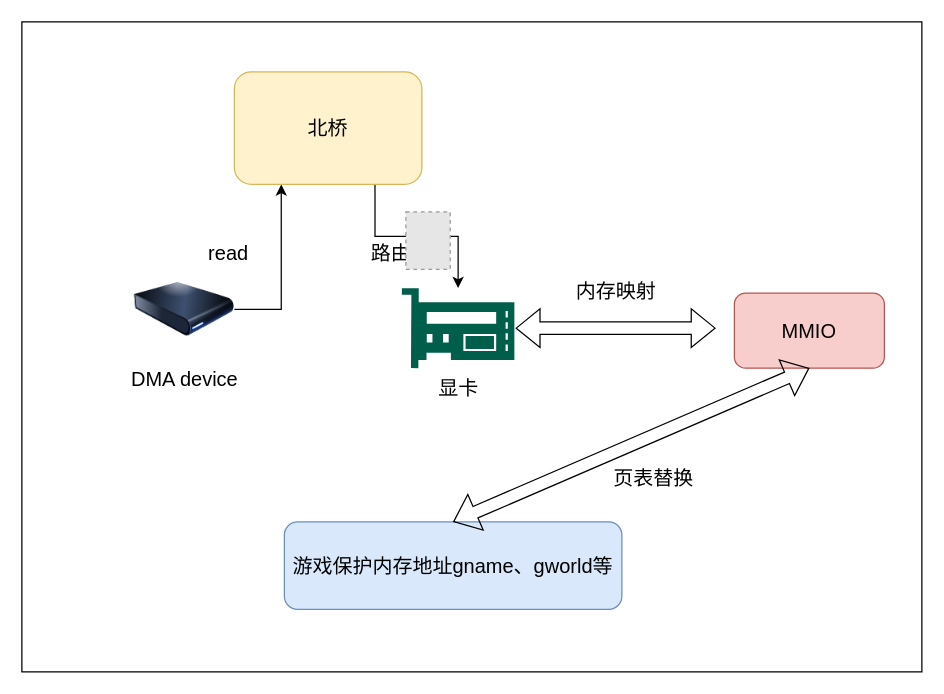
Before: testDirectory/DMA保护原理.drawio in Moose1273/-, a draw.io diagram. Source tidied: cells renumbered, new cells numbered last; positions are measured from the earlier drawing's top-left corner, leaving out a move shared by most shapes. Both pictures are drawn from the tidied source at 125%, with x=0, y=0 at pixel (21, 21). Pictures stored in the file or linked from it are replaced by grey dashed boxes.
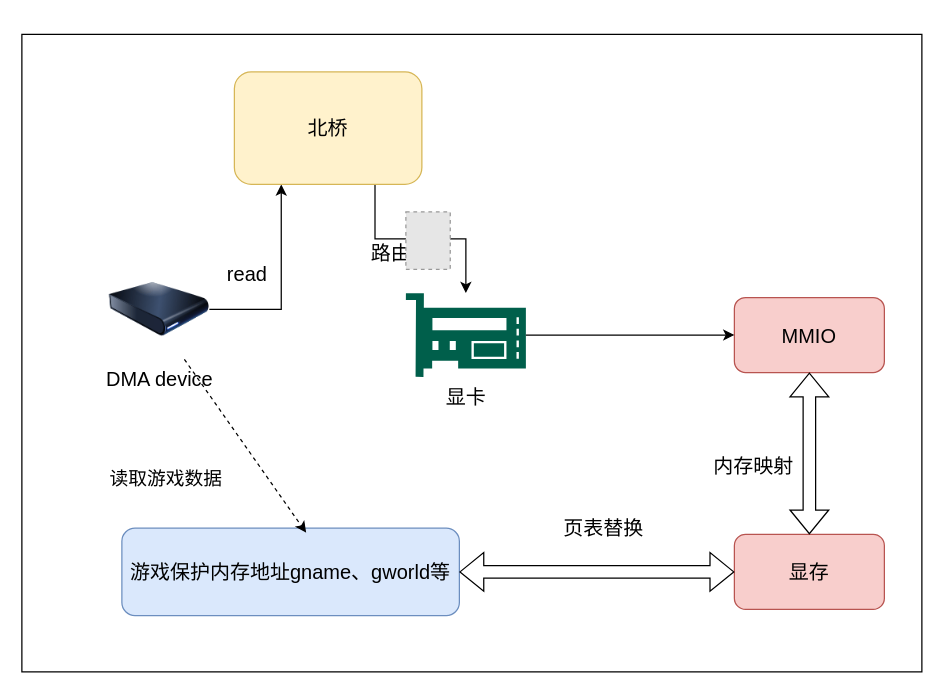
Above is the later version.

Commit message (it also covers changes not shown here):
更新DMA保护原理.drawio

Change to the diagram source:
```diff
@@
     <mxCell id="2" style="rounded=0;whiteSpace=wrap;html=1;fontSize=16;" parent="1" vertex="1">
-      <mxGeometry width="720" height="520" as="geometry" />
+      <mxGeometry y="10" width="720" height="510" as="geometry" />
     </mxCell>
@@
     <mxCell id="4" value="DMA device" style="image;html=1;image=img/lib/clip_art/computers/Harddrive_128x128.png;fontSize=16;" parent="1" vertex="1">
-      <mxGeometry x="90" y="190" width="80" height="80" as="geometry" />
+      <mxGeometry x="70" y="190" width="80" height="80" as="geometry" />
     </mxCell>
@@
     <mxCell id="7" value="显卡" style="sketch=0;shadow=0;dashed=0;html=1;strokeColor=none;fillColor=#005F4B;labelPosition=center;verticalLabelPosition=bottom;verticalAlign=top;align=center;outlineConnect=0;shape=mxgraph.veeam2.hardware_controller;fontSize=16;" parent="1" vertex="1">
-      <mxGeometry x="304" y="213" width="90" height="64" as="geometry" />
+      <mxGeometry x="307.2" y="217" width="96" height="67" as="geometry" />
     </mxCell>
-    <mxCell id="8" style="shape=flexArrow;endArrow=classic;startArrow=classic;html=1;rounded=0;fontSize=16;" parent="1" edge="1">
-      <mxGeometry relative="1" as="geometry">
-        <mxPoint x="395" y="245" as="sourcePoint" />
-        <mxPoint x="555" y="245" as="targetPoint" />
-      </mxGeometry>
-    </mxCell>
     <mxCell id="9" value="MMIO" style="rounded=1;whiteSpace=wrap;html=1;fillColor=#f8cecc;strokeColor=#b85450;fontSize=16;" parent="1" vertex="1">
-      <mxGeometry x="570" y="217" width="120" height="60" as="geometry" />
+      <mxGeometry x="570" y="220.5" width="120" height="60" as="geometry" />
     </mxCell>
     <mxCell id="10" value="read" style="text;html=1;align=center;verticalAlign=middle;strokeColor=none;fillColor=none;fontSize=16;" parent="1" vertex="1">
-      <mxGeometry x="135" y="170" width="60" height="30" as="geometry" />
+      <mxGeometry x="150" y="187" width="60" height="30" as="geometry" />
     </mxCell>
@@
     <mxCell id="12" value="内存映射" style="text;html=1;align=center;verticalAlign=middle;strokeColor=none;fillColor=none;fontSize=16;" parent="1" vertex="1">
-      <mxGeometry x="430" y="200" width="90" height="30" as="geometry" />
+      <mxGeometry x="540" y="340" width="90" height="30" as="geometry" />
     </mxCell>
     <mxCell id="13" value="游戏保护内存地址gname、gworld等" style="rounded=1;whiteSpace=wrap;html=1;fillColor=#dae8fc;strokeColor=#6c8ebf;fontSize=16;" parent="1" vertex="1">
-      <mxGeometry x="210" y="400" width="270" height="70" as="geometry" />
+      <mxGeometry x="80" y="405" width="270" height="70" as="geometry" />
     </mxCell>
-    <mxCell id="14" style="shape=flexArrow;endArrow=classic;startArrow=classic;html=1;rounded=0;exitX=0.5;exitY=0;exitDx=0;exitDy=0;entryX=0.5;entryY=1;entryDx=0;entryDy=0;fontSize=16;" parent="1" edge="1" source="13" target="9">
-      <mxGeometry relative="1" as="geometry" />
-    </mxCell>
     <mxCell id="15" value="页表替换" style="text;html=1;align=center;verticalAlign=middle;strokeColor=none;fillColor=none;fontSize=16;" parent="1" vertex="1">
-      <mxGeometry x="460" y="350" width="90" height="30" as="geometry" />
+      <mxGeometry x="420" y="390" width="90" height="30" as="geometry" />
     </mxCell>
@@
+    <mxCell id="17" value="显存" style="rounded=1;whiteSpace=wrap;html=1;fillColor=#f8cecc;strokeColor=#b85450;fontSize=16;" parent="1" vertex="1">
+      <mxGeometry x="570" y="410" width="120" height="60" as="geometry" />
+    </mxCell>
+    <mxCell id="18" style="shape=flexArrow;endArrow=classic;startArrow=classic;html=1;rounded=0;entryX=0.5;entryY=1;entryDx=0;entryDy=0;exitX=0.5;exitY=0;exitDx=0;exitDy=0;" parent="1" edge="1" source="17" target="9">
+      <mxGeometry relative="1" as="geometry" />
+    </mxCell>
+    <mxCell id="19" style="shape=flexArrow;endArrow=classic;startArrow=classic;html=1;rounded=0;entryX=0;entryY=0.5;entryDx=0;entryDy=0;exitX=1;exitY=0.5;exitDx=0;exitDy=0;" parent="1" edge="1" source="13" target="17">
+      <mxGeometry relative="1" as="geometry" />
+    </mxCell>
+    <mxCell id="20" style="endArrow=classic;html=1;rounded=0;entryX=0;entryY=0.5;entryDx=0;entryDy=0;" parent="1" edge="1" source="7" target="9">
+      <mxGeometry relative="1" as="geometry" />
+    </mxCell>
+    <mxCell id="21" style="endArrow=classic;html=1;rounded=0;exitX=0.75;exitY=1;exitDx=0;exitDy=0;entryX=0.546;entryY=0.052;entryDx=0;entryDy=0;entryPerimeter=0;dashed=1;" parent="1" edge="1" source="4" target="13">
+      <mxGeometry relative="1" as="geometry" />
+    </mxCell>
+    <mxCell id="22" value="&lt;font style=&quot;font-size: 15px;&quot;&gt;读取游戏数据&lt;/font&gt;" style="text;html=1;align=center;verticalAlign=middle;strokeColor=none;fillColor=none;" parent="1" vertex="1">
+      <mxGeometry x="60" y="350" width="110" height="30" as="geometry" />
+    </mxCell>
```
